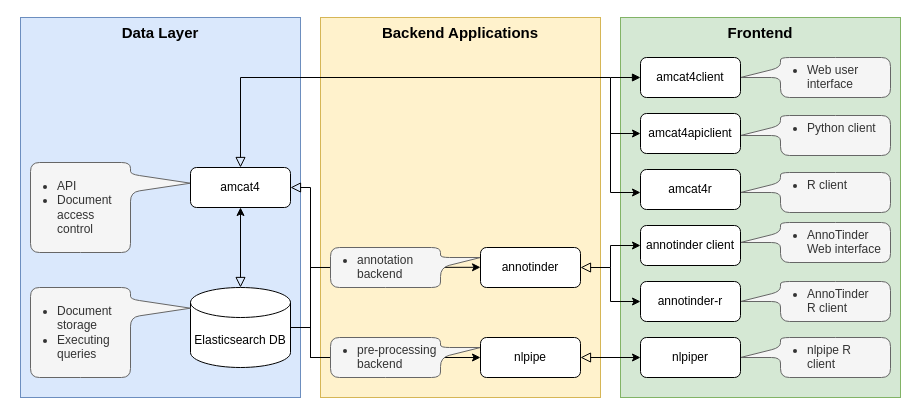
JBGruber/amcat-book keeps this draw.io diagram as media/amcat-flow.drawio. Above is the earlier version. Source tidied: cells renumbered, new cells numbered last; positions are measured from the earlier drawing's top-left corner, leaving out a move shared by most shapes. Both pictures are drawn from the tidied source at 100%, with x=0, y=0 at pixel (20, 17).
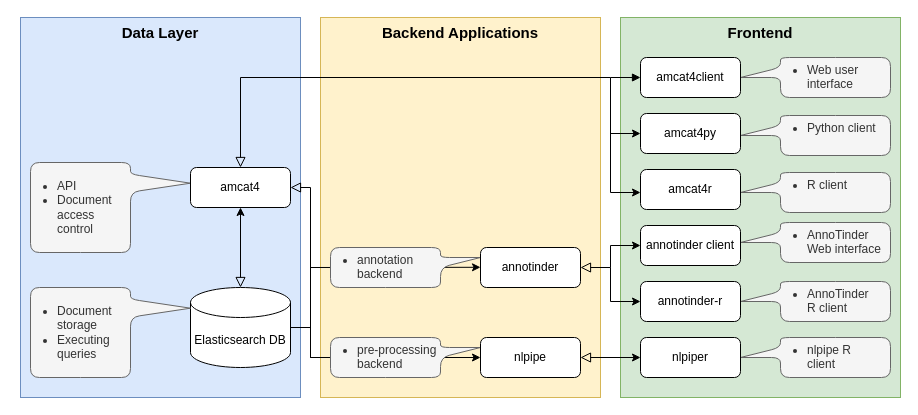
Above is the later version.

The edit, as a diff of the source:
```diff
@@
-    <mxCell id="17" value="amcat4apiclient" style="rounded=1;whiteSpace=wrap;html=1;fontSize=12;glass=0;strokeWidth=1;shadow=0;" parent="1" vertex="1">
+    <mxCell id="17" value="amcat4py" style="rounded=1;whiteSpace=wrap;html=1;fontSize=12;glass=0;strokeWidth=1;shadow=0;" parent="1" vertex="1">
       <mxGeometry x="620" y="96" width="100" height="40" as="geometry" />
     </mxCell>
```
